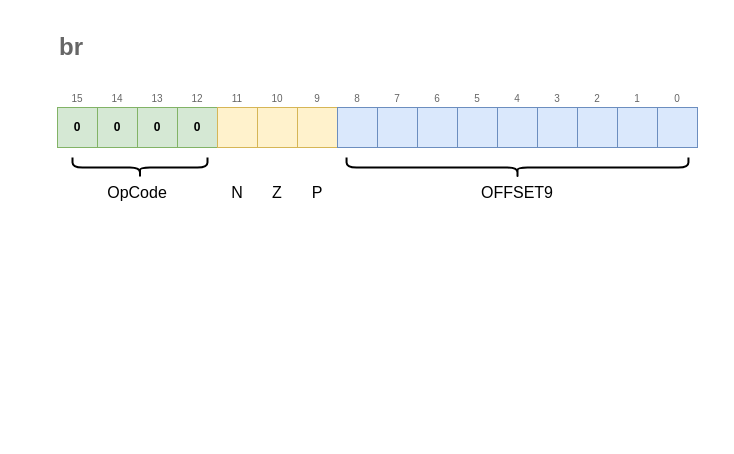
This is assets/images/2021-12-01-writing-a-simple-vm-in-less-than-125-lines-of-c/br.drawio from nomemory/andreinc-site, a draw.io file, before an edit. Source tidied: cells renumbered, new cells numbered last; positions are measured from the earlier drawing's top-left corner, leaving out a move shared by most shapes. Both pictures are drawn from the tidied source at 100%, with x=0, y=0 at pixel (47, -4).
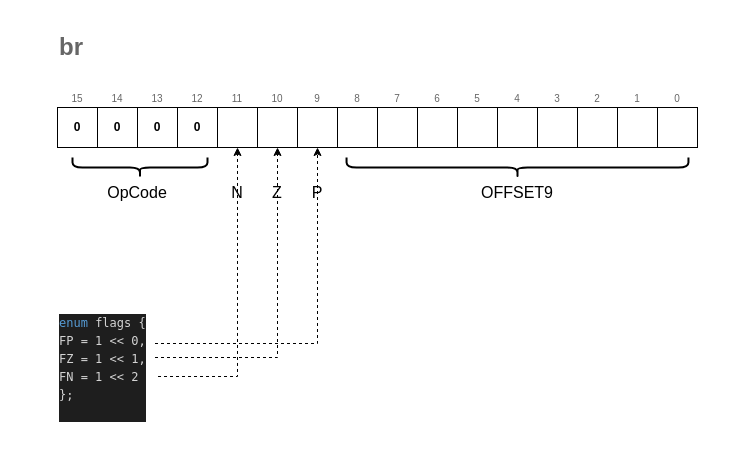
The same page after the edit.

Diff of the diagram source:
```diff
@@
+    <mxCell id="42" style="rounded=0;whiteSpace=wrap;html=1;fontSize=10;strokeWidth=2;fillColor=none;strokeColor=none;" parent="1" vertex="1">
+      <mxGeometry y="21" width="660" height="190" as="geometry" />
+    </mxCell>
-    <mxCell id="2" value="0" style="rounded=0;whiteSpace=wrap;html=1;fontStyle=1;fillColor=#d5e8d4;strokeColor=#82b366;" parent="1" vertex="1">
+    <mxCell id="2" value="0" style="rounded=0;whiteSpace=wrap;html=1;fontStyle=1;" parent="1" vertex="1">
       <mxGeometry x="10" y="111" width="40" height="40" as="geometry" />
     </mxCell>
-    <mxCell id="3" value="0" style="rounded=0;whiteSpace=wrap;html=1;fontStyle=1;fillColor=#d5e8d4;strokeColor=#82b366;" parent="1" vertex="1">
+    <mxCell id="3" value="0" style="rounded=0;whiteSpace=wrap;html=1;fontStyle=1;" parent="1" vertex="1">
       <mxGeometry x="50" y="111" width="40" height="40" as="geometry" />
     </mxCell>
-    <mxCell id="4" value="0" style="rounded=0;whiteSpace=wrap;html=1;fontStyle=1;fillColor=#d5e8d4;strokeColor=#82b366;" parent="1" vertex="1">
+    <mxCell id="4" value="0" style="rounded=0;whiteSpace=wrap;html=1;fontStyle=1;" parent="1" vertex="1">
       <mxGeometry x="90" y="111" width="40" height="40" as="geometry" />
     </mxCell>
-    <mxCell id="5" value="0" style="rounded=0;whiteSpace=wrap;html=1;fontStyle=1;fillColor=#d5e8d4;strokeColor=#82b366;" parent="1" vertex="1">
+    <mxCell id="5" value="0" style="rounded=0;whiteSpace=wrap;html=1;fontStyle=1;" parent="1" vertex="1">
       <mxGeometry x="130" y="111" width="40" height="40" as="geometry" />
     </mxCell>
-    <mxCell id="6" style="rounded=0;whiteSpace=wrap;html=1;fillColor=#fff2cc;strokeColor=#d6b656;" parent="1" vertex="1">
+    <mxCell id="6" style="rounded=0;whiteSpace=wrap;html=1;" parent="1" vertex="1">
       <mxGeometry x="170" y="111" width="40" height="40" as="geometry" />
     </mxCell>
-    <mxCell id="7" style="rounded=0;whiteSpace=wrap;html=1;fillColor=#fff2cc;strokeColor=#d6b656;" parent="1" vertex="1">
+    <mxCell id="7" style="rounded=0;whiteSpace=wrap;html=1;" parent="1" vertex="1">
       <mxGeometry x="210" y="111" width="40" height="40" as="geometry" />
     </mxCell>
-    <mxCell id="8" style="rounded=0;whiteSpace=wrap;html=1;fillColor=#fff2cc;strokeColor=#d6b656;" parent="1" vertex="1">
+    <mxCell id="8" style="rounded=0;whiteSpace=wrap;html=1;" parent="1" vertex="1">
       <mxGeometry x="250" y="111" width="40" height="40" as="geometry" />
     </mxCell>
-    <mxCell id="9" style="rounded=0;whiteSpace=wrap;html=1;fillColor=#dae8fc;strokeColor=#6c8ebf;" parent="1" vertex="1">
+    <mxCell id="9" style="rounded=0;whiteSpace=wrap;html=1;" parent="1" vertex="1">
       <mxGeometry x="290" y="111" width="40" height="40" as="geometry" />
     </mxCell>
-    <mxCell id="10" style="rounded=0;whiteSpace=wrap;html=1;fillColor=#dae8fc;strokeColor=#6c8ebf;" parent="1" vertex="1">
+    <mxCell id="10" style="rounded=0;whiteSpace=wrap;html=1;" parent="1" vertex="1">
       <mxGeometry x="330" y="111" width="40" height="40" as="geometry" />
     </mxCell>
-    <mxCell id="11" style="rounded=0;whiteSpace=wrap;html=1;fillColor=#dae8fc;strokeColor=#6c8ebf;" parent="1" vertex="1">
+    <mxCell id="11" style="rounded=0;whiteSpace=wrap;html=1;" parent="1" vertex="1">
       <mxGeometry x="370" y="111" width="40" height="40" as="geometry" />
     </mxCell>
-    <mxCell id="12" style="rounded=0;whiteSpace=wrap;html=1;fillColor=#dae8fc;strokeColor=#6c8ebf;" parent="1" vertex="1">
+    <mxCell id="12" style="rounded=0;whiteSpace=wrap;html=1;" parent="1" vertex="1">
       <mxGeometry x="410" y="111" width="40" height="40" as="geometry" />
     </mxCell>
-    <mxCell id="13" style="rounded=0;whiteSpace=wrap;html=1;fillColor=#dae8fc;strokeColor=#6c8ebf;" parent="1" vertex="1">
+    <mxCell id="13" style="rounded=0;whiteSpace=wrap;html=1;" parent="1" vertex="1">
       <mxGeometry x="450" y="111" width="40" height="40" as="geometry" />
     </mxCell>
-    <mxCell id="14" style="rounded=0;whiteSpace=wrap;html=1;fillColor=#dae8fc;strokeColor=#6c8ebf;" parent="1" vertex="1">
+    <mxCell id="14" style="rounded=0;whiteSpace=wrap;html=1;" parent="1" vertex="1">
       <mxGeometry x="490" y="111" width="40" height="40" as="geometry" />
     </mxCell>
-    <mxCell id="15" style="rounded=0;whiteSpace=wrap;html=1;fillColor=#dae8fc;strokeColor=#6c8ebf;" parent="1" vertex="1">
+    <mxCell id="15" style="rounded=0;whiteSpace=wrap;html=1;" parent="1" vertex="1">
       <mxGeometry x="530" y="111" width="40" height="40" as="geometry" />
     </mxCell>
-    <mxCell id="16" style="rounded=0;whiteSpace=wrap;html=1;fillColor=#dae8fc;strokeColor=#6c8ebf;" parent="1" vertex="1">
+    <mxCell id="16" style="rounded=0;whiteSpace=wrap;html=1;" parent="1" vertex="1">
       <mxGeometry x="570" y="111" width="40" height="40" as="geometry" />
     </mxCell>
-    <mxCell id="17" style="rounded=0;whiteSpace=wrap;html=1;fillColor=#dae8fc;strokeColor=#6c8ebf;" parent="1" vertex="1">
+    <mxCell id="17" style="rounded=0;whiteSpace=wrap;html=1;" parent="1" vertex="1">
       <mxGeometry x="610" y="111" width="40" height="40" as="geometry" />
     </mxCell>
@@
-    <mxCell id="42" style="rounded=0;whiteSpace=wrap;html=1;fontSize=10;fontColor=#666666;strokeWidth=2;fillColor=none;strokeColor=none;" parent="1" vertex="1">
-      <mxGeometry y="21" width="660" height="190" as="geometry" />
-    </mxCell>
+    <mxCell id="43" style="edgeStyle=orthogonalEdgeStyle;rounded=0;jettySize=auto;html=1;exitX=1;exitY=0.36;exitDx=0;exitDy=0;entryX=0.5;entryY=1;entryDx=0;entryDy=0;dashed=1;exitPerimeter=0;" parent="1" edge="1" source="46" target="8">
+      <mxGeometry relative="1" as="geometry" />
+    </mxCell>
+    <mxCell id="44" style="edgeStyle=orthogonalEdgeStyle;rounded=0;jettySize=auto;html=1;exitX=1;exitY=0.5;exitDx=0;exitDy=0;entryX=0.5;entryY=1;entryDx=0;entryDy=0;dashed=1;" parent="1" edge="1" source="46" target="7">
+      <mxGeometry relative="1" as="geometry" />
+    </mxCell>
+    <mxCell id="45" style="edgeStyle=orthogonalEdgeStyle;rounded=0;jettySize=auto;html=1;exitX=1.031;exitY=0.69;exitDx=0;exitDy=0;entryX=0.5;entryY=1;entryDx=0;entryDy=0;dashed=1;exitPerimeter=0;" parent="1" edge="1" source="46" target="6">
+      <mxGeometry relative="1" as="geometry" />
+    </mxCell>
+    <mxCell id="46" value="&lt;div style=&quot;color: rgb(212, 212, 212); background-color: rgb(30, 30, 30); font-family: menlo, monaco, &amp;quot;courier new&amp;quot;, monospace; font-weight: normal; font-size: 12px; line-height: 18px;&quot;&gt;&lt;div&gt;&lt;span style=&quot;color: #569cd6&quot;&gt;enum&lt;/span&gt;&lt;span style=&quot;color: #d4d4d4&quot;&gt; flags { &lt;/span&gt;&lt;/div&gt;&lt;div&gt;&lt;span style=&quot;color: #d4d4d4&quot;&gt;    FP = 1 &amp;lt;&amp;lt; 0, &lt;/span&gt;&lt;/div&gt;&lt;div&gt;&lt;span style=&quot;color: #d4d4d4&quot;&gt;    FZ = 1 &amp;lt;&amp;lt; 1, &lt;/span&gt;&lt;/div&gt;&lt;div&gt;&lt;span style=&quot;color: #d4d4d4&quot;&gt;    FN = 1 &amp;lt;&amp;lt; 2 &lt;/span&gt;&lt;/div&gt;&lt;div&gt;&lt;span style=&quot;color: #d4d4d4&quot;&gt;};&lt;/span&gt;&lt;/div&gt;&lt;br&gt;&lt;/div&gt;" style="text;whiteSpace=wrap;html=1;" parent="1" vertex="1">
+      <mxGeometry x="10" y="311" width="97.5" height="100" as="geometry" />
+    </mxCell>
+    <mxCell id="47" style="rounded=0;whiteSpace=wrap;html=1;fillColor=none;strokeColor=none;" parent="1" vertex="1">
+      <mxGeometry x="-30" y="21" width="700" height="420" as="geometry" />
+    </mxCell>
```
